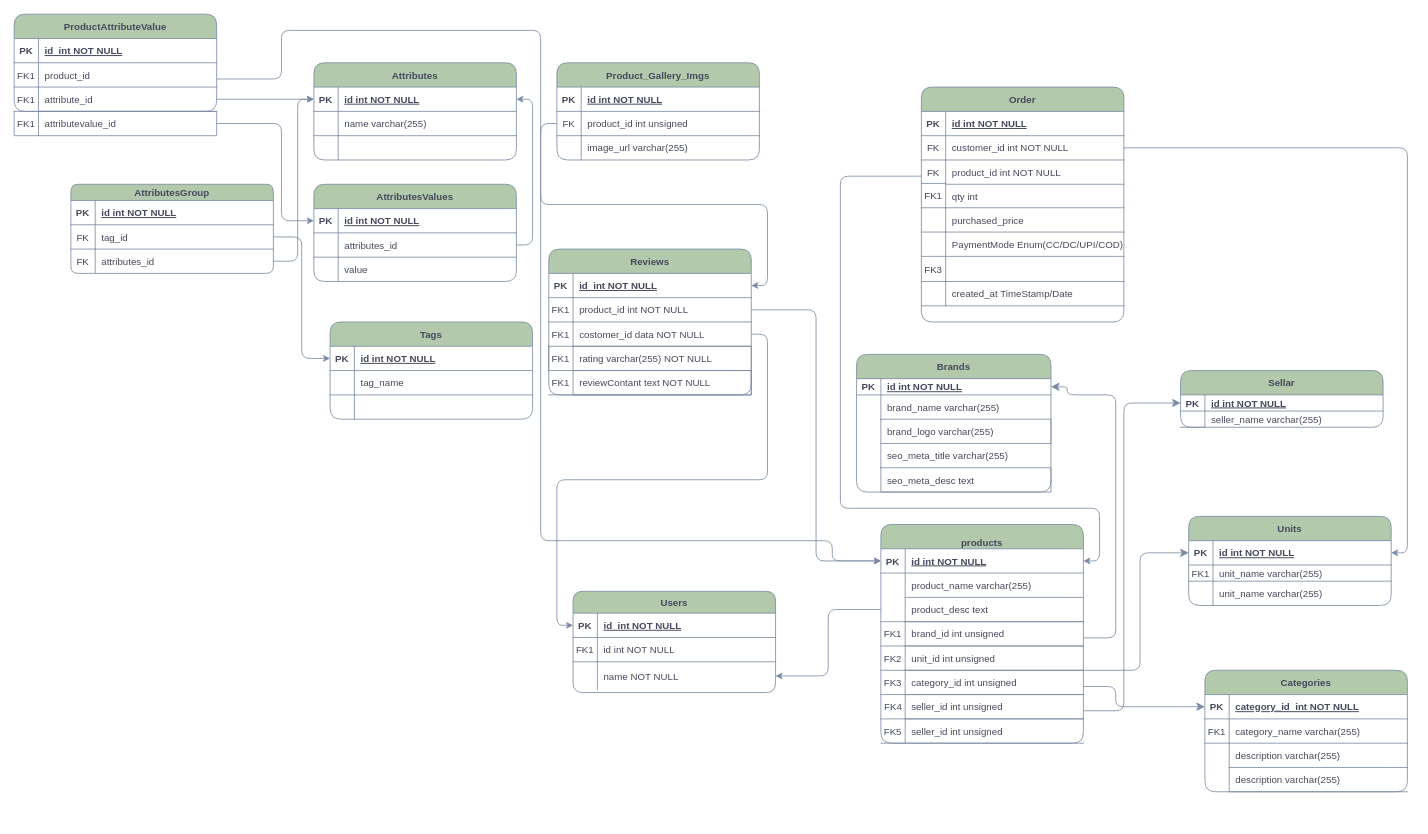
The draw.io diagram database/migrations/Untitled Diagram.drawio in namanbairagi3/electro, before the edit. Source tidied: cells renumbered, new cells numbered last; positions are measured from the earlier drawing's top-left corner, leaving out a move shared by most shapes. Both pictures are drawn from the tidied source at 81%, with x=0, y=0 at pixel (14, 14).
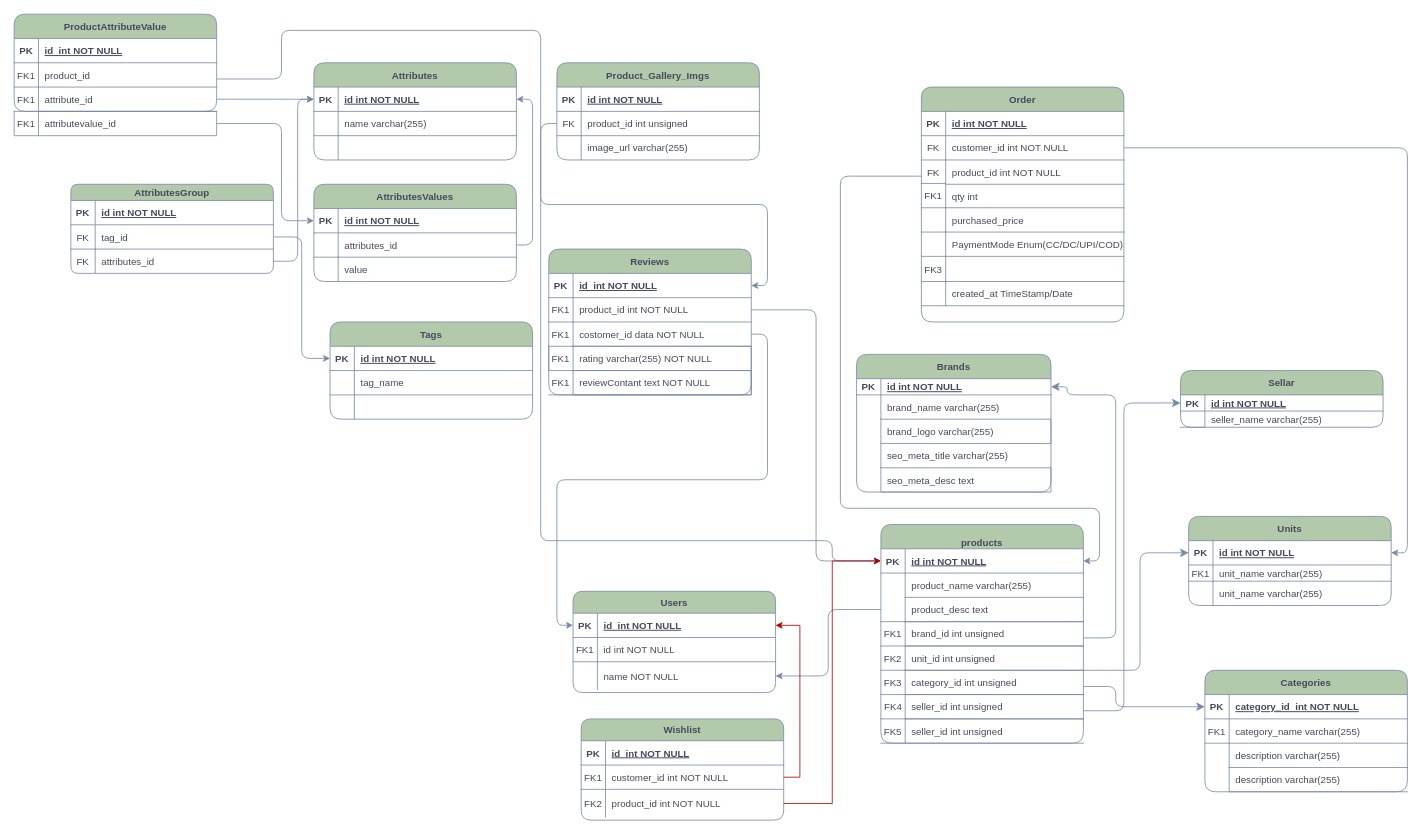
After the change.

The change refers to these unchanged cells:
```xml
<mxCell id="26" style="shape=partialRectangle;fillColor=none;points=[[0,0.5],[1,0.5]];portConstraint=eastwest;top=0;left=0;right=0;bottom=1;labelBackgroundColor=none;strokeColor=#788AA3;fontColor=#46495D;rounded=1;" parent="25" vertex="1">
  <mxGeometry y="27" width="250" height="30" as="geometry" />
</mxCell>
<mxCell id="78" style="shape=partialRectangle;fillColor=none;points=[[0,0.5],[1,0.5]];portConstraint=eastwest;top=0;left=0;right=0;bottom=1;labelBackgroundColor=none;strokeColor=#788AA3;fontColor=#46495D;rounded=1;" parent="77" vertex="1">
  <mxGeometry y="30" width="250" height="30" as="geometry" />
</mxCell>
```

Diff of the diagram source:
```diff
@@
+    <mxCell id="196" value="Wishlist" style="shape=table;startSize=27;childLayout=tableLayout;rowLines=0;fontStyle=1;align=center;labelBackgroundColor=none;fillColor=#B2C9AB;strokeColor=#788AA3;fontColor=#46495D;rounded=1;" parent="1" vertex="1">
+      <mxGeometry x="700" y="870" width="250" height="125" as="geometry" />
+    </mxCell>
+    <mxCell id="197" style="shape=partialRectangle;fillColor=none;top=0;left=0;right=0;bottom=1;labelBackgroundColor=none;strokeColor=#788AA3;fontColor=#46495D;rounded=1;" parent="196" vertex="1">
+      <mxGeometry y="27" width="250" height="30" as="geometry" />
+    </mxCell>
+    <mxCell id="198" value="PK" style="shape=partialRectangle;overflow=hidden;fillColor=none;top=0;left=0;bottom=0;right=0;fontStyle=1;labelBackgroundColor=none;strokeColor=#788AA3;fontColor=#46495D;rounded=1;" parent="197" vertex="1">
+      <mxGeometry width="30" height="30" as="geometry" />
+    </mxCell>
+    <mxCell id="199" value="id  int NOT NULL " style="shape=partialRectangle;overflow=hidden;fillColor=none;top=0;left=0;bottom=0;right=0;align=left;spacingLeft=6;fontStyle=5;labelBackgroundColor=none;strokeColor=#788AA3;fontColor=#46495D;rounded=1;" parent="197" vertex="1">
+      <mxGeometry x="30" width="220" height="30" as="geometry" />
+    </mxCell>
+    <mxCell id="200" style="shape=partialRectangle;fillColor=none;points=[[0,0.5],[1,0.5]];portConstraint=eastwest;top=0;left=0;right=0;bottom=0;labelBackgroundColor=none;strokeColor=#788AA3;fontColor=#46495D;rounded=1;" parent="196" vertex="1">
+      <mxGeometry y="57" width="250" height="30" as="geometry" />
+    </mxCell>
+    <mxCell id="201" value="FK1" style="shape=partialRectangle;overflow=hidden;fillColor=none;top=0;left=0;bottom=1;right=0;labelBackgroundColor=none;strokeColor=#788AA3;fontColor=#46495D;rounded=1;" parent="200" vertex="1">
+      <mxGeometry width="30" height="30" as="geometry" />
+    </mxCell>
+    <mxCell id="202" value="customer_id int NOT NULL" style="shape=partialRectangle;overflow=hidden;fillColor=none;top=0;left=0;bottom=0;right=0;align=left;spacingLeft=6;labelBackgroundColor=none;strokeColor=#788AA3;fontColor=#46495D;rounded=1;" parent="200" vertex="1">
+      <mxGeometry x="30" width="220" height="30" as="geometry" />
+    </mxCell>
+    <mxCell id="203" style="shape=partialRectangle;fillColor=none;points=[[0,0.5],[1,0.5]];portConstraint=eastwest;top=0;left=0;right=0;bottom=0;labelBackgroundColor=none;strokeColor=#788AA3;fontColor=#46495D;rounded=1;" parent="196" vertex="1">
+      <mxGeometry y="87" width="250" height="35" as="geometry" />
+    </mxCell>
+    <mxCell id="204" value="FK2" style="shape=partialRectangle;overflow=hidden;fillColor=none;top=0;left=0;bottom=0;right=0;labelBackgroundColor=none;strokeColor=#788AA3;fontColor=#46495D;rounded=1;" parent="203" vertex="1">
+      <mxGeometry width="30" height="35" as="geometry" />
+    </mxCell>
+    <mxCell id="205" value="product_id int NOT NULL" style="shape=partialRectangle;overflow=hidden;fillColor=none;top=1;left=0;bottom=0;right=0;align=left;spacingLeft=6;labelBackgroundColor=none;strokeColor=#788AA3;fontColor=#46495D;rounded=1;" parent="203" vertex="1">
+      <mxGeometry x="30" width="220" height="35" as="geometry" />
+    </mxCell>
+    <mxCell id="206" style="edgeStyle=orthogonalEdgeStyle;rounded=0;jettySize=auto;html=1;entryX=0;entryY=0.5;entryDx=0;entryDy=0;fillColor=#e51400;strokeColor=#B20000;" parent="1" edge="1" source="203" target="78">
+      <mxGeometry relative="1" as="geometry" />
+    </mxCell>
+    <mxCell id="207" style="edgeStyle=orthogonalEdgeStyle;rounded=0;jettySize=auto;html=1;entryX=1;entryY=0.5;entryDx=0;entryDy=0;exitX=1;exitY=0.5;exitDx=0;exitDy=0;fillColor=#e51400;strokeColor=#B20000;" parent="1" edge="1" source="200" target="26">
+      <mxGeometry relative="1" as="geometry" />
+    </mxCell>
```
